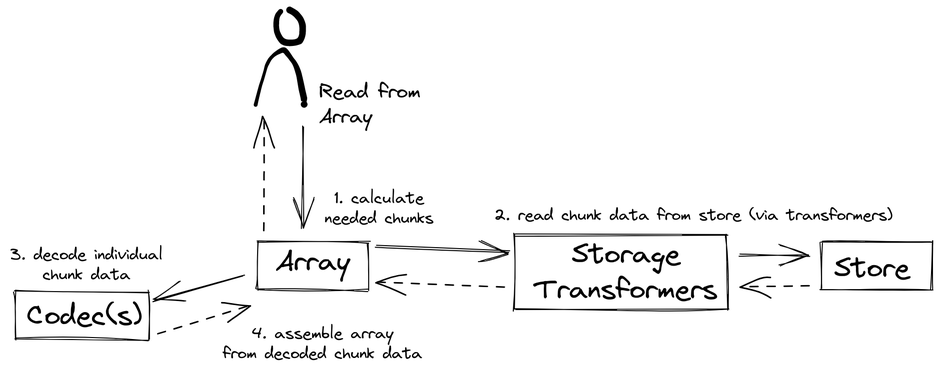
The Excalidraw diagram docs/core/terminology-read.excalidraw.png in zarr-developers/zarr-specs, before a commit. Source tidied: one line per element, renumbered; positions are measured from the earlier drawing's top-left corner, leaving out a move shared by most shapes. Source of this version:
```json
{"id": 0, "type": "freedraw", "strokeColor": "#000000", "strokeWidth": 1, "roughness": 1, "x": 246, "y": 95, "width": 49, "height": 56, "points": [[0, 0], [0, -2], [2, -8], [6, -26], [8, -31], [11, -40], [12, -43], [20, -52], [22, -52], [25, -54], [28, -56], [28, -56], [30, -53], [36, -46], [39, -42], [40, -39], [41, -36], [42, -34], [44, -30], [44, -26], [44, -24], [46, -20], [46, -18], [46, -15], [47, -12], [48, -10], [48, -7], [48, -6], [48, -5], [49, -2], [49, -1], [48, 0]]}
{"id": 1, "type": "freedraw", "strokeColor": "#000000", "strokeWidth": 1, "roughness": 1, "x": 270, "y": 2, "width": 26, "height": 33, "points": [[0, 0], [-2, 2], [-4, 5], [-4, 8], [-4, 12], [-4, 16], [-4, 20], [-2, 23], [-2, 24], [0, 28], [0, 28], [2, 30], [4, 31], [9, 32], [10, 32], [16, 31], [18, 30], [20, 30], [20, 28], [22, 23], [22, 20], [22, 17], [22, 14], [22, 12], [21, 10], [20, 7], [18, 6], [16, 2], [14, 2], [12, 0], [11, 0], [10, -1], [10, -2], [9, -2]]}
{"id": 2, "type": "rectangle", "strokeColor": "#000000", "strokeWidth": 1, "roughness": 1, "x": 247, "y": 232, "width": 112, "height": 48}
{"id": 3, "type": "text", "text": "Array", "strokeColor": "#000000", "strokeWidth": 1, "roughness": 1, "fontSize": 28, "fontFamily": 1, "x": 266, "y": 235, "width": 76, "height": 36}
{"id": 4, "type": "arrow", "strokeColor": "#000000", "strokeWidth": 1, "roughness": 1, "endArrowhead": "arrow", "to": 2, "x": 292, "y": 117, "width": 0, "height": 101, "points": [[0, 0], [0, 101]]}
{"id": 5, "type": "rectangle", "strokeColor": "#000000", "strokeWidth": 1, "roughness": 1, "x": 505, "y": 225, "width": 212, "height": 75}
{"id": 6, "type": "text", "text": "Storage\nTransformers", "strokeColor": "#000000", "strokeWidth": 1, "roughness": 1, "fontSize": 28, "fontFamily": 1, "textAlign": "center", "x": 523, "y": 227, "width": 185, "height": 71}
{"id": 7, "type": "rectangle", "strokeColor": "#000000", "strokeWidth": 1, "roughness": 1, "x": 810, "y": 232, "width": 112, "height": 48}
{"id": 8, "type": "text", "text": "Store", "strokeColor": "#000000", "strokeWidth": 1, "roughness": 1, "fontSize": 28, "fontFamily": 1, "x": 824, "y": 242, "width": 78, "height": 36}
{"id": 9, "type": "rectangle", "strokeColor": "#000000", "strokeWidth": 1, "roughness": 1, "x": 5, "y": 282, "width": 134, "height": 48}
{"id": 10, "type": "text", "text": "Codec(s)", "strokeColor": "#000000", "strokeWidth": 1, "roughness": 1, "fontSize": 28, "fontFamily": 1, "x": 17, "y": 289, "width": 117, "height": 36}
{"id": 11, "type": "arrow", "strokeColor": "#000000", "strokeWidth": 1, "roughness": 1, "endArrowhead": "arrow", "from": 2, "to": 5, "x": 366, "y": 237, "width": 134, "height": 4, "points": [[0, 0], [134, 4]]}
{"id": 12, "type": "arrow", "strokeColor": "#000000", "strokeWidth": 1, "roughness": 1, "endArrowhead": "arrow", "from": 5, "to": 7, "x": 728, "y": 245, "width": 71, "height": 0, "points": [[0, 0], [71, 0]]}
{"id": 13, "type": "arrow", "strokeColor": "#000000", "strokeWidth": 1, "roughness": 1, "endArrowhead": "arrow", "from": 2, "to": 10, "x": 234, "y": 266, "width": 90, "height": 26, "points": [[0, 0], [-90, 26]]}
{"id": 14, "type": "arrow", "strokeColor": "#000000", "strokeWidth": 1, "strokeStyle": "dashed", "roughness": 1, "endArrowhead": "arrow", "from": 7, "to": 5, "x": 800, "y": 276, "width": 69, "height": 2, "points": [[0, 0], [-69, 2]]}
{"id": 15, "type": "arrow", "strokeColor": "#000000", "strokeWidth": 1, "strokeStyle": "dashed", "roughness": 1, "endArrowhead": "arrow", "from": 5, "to": 2, "x": 494, "y": 277, "width": 128, "height": 3, "points": [[0, 0], [-128, -3]]}
{"id": 16, "type": "arrow", "strokeColor": "#000000", "strokeWidth": 1, "strokeStyle": "dashed", "roughness": 1, "endArrowhead": "arrow", "from": 10, "to": 2, "x": 148, "y": 323, "width": 93, "height": 28, "points": [[0, 0], [93, -28]]}
{"id": 17, "type": "arrow", "strokeColor": "#000000", "strokeWidth": 1, "strokeStyle": "dashed", "roughness": 1, "endArrowhead": "arrow", "from": 3, "x": 253, "y": 221, "width": 0, "height": 112, "points": [[0, 0], [0, -112]]}
{"id": 18, "type": "text", "text": "Read from\nArray", "strokeColor": "#000000", "strokeWidth": 1, "strokeStyle": "dashed", "roughness": 1, "fontSize": 20, "fontFamily": 1, "x": 309, "y": 70, "width": 102, "height": 50}
{"id": 19, "type": "text", "text": "2. read chunk data from store (via transformers)", "strokeColor": "#000000", "strokeWidth": 1, "strokeStyle": "dashed", "roughness": 1, "fontSize": 16, "fontFamily": 1, "textAlign": "center", "x": 483, "y": 196, "width": 400, "height": 20}
{"id": 20, "type": "text", "text": "3. decode individual\nchunk data", "strokeColor": "#000000", "strokeWidth": 1, "strokeStyle": "dashed", "roughness": 1, "fontSize": 16, "fontFamily": 1, "textAlign": "center", "x": 0, "y": 236, "width": 153, "height": 40}
{"id": 21, "type": "text", "text": "4. assemble array\nfrom decoded chunk data", "strokeColor": "#000000", "strokeWidth": 1, "strokeStyle": "dashed", "roughness": 1, "fontSize": 16, "fontFamily": 1, "textAlign": "center", "x": 212, "y": 314, "width": 201, "height": 40}
{"id": 22, "type": "text", "text": "1. calculate\nneeded chunks", "strokeColor": "#000000", "strokeWidth": 1, "strokeStyle": "dashed", "roughness": 1, "fontSize": 16, "fontFamily": 1, "textAlign": "center", "x": 314, "y": 179, "width": 111, "height": 40}
```
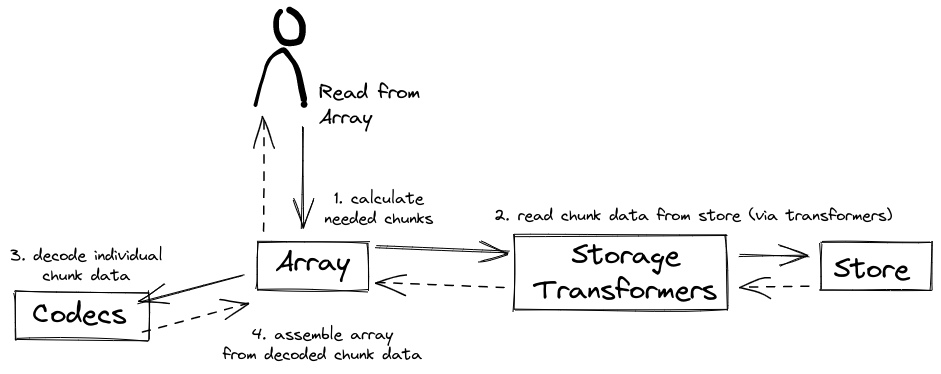
After the change.

Change to the diagram source:
```diff
@@ -1,21 +1,21 @@
-{"id": 0, "type": "freedraw", "strokeColor": "#000000", "strokeWidth": 1, "roughness": 1, "x": 246, "y": 95, "width": 49, "height": 56, "points": [[0, 0], [0, -2], [2, -8], [6, -26], [8, -31], [11, -40], [12, -43], [20, -52], [22, -52], [25, -54], [28, -56], [28, -56], [30, -53], [36, -46], [39, -42], [40, -39], [41, -36], [42, -34], [44, -30], [44, -26], [44, -24], [46, -20], [46, -18], [46, -15], [47, -12], [48, -10], [48, -7], [48, -6], [48, -5], [49, -2], [49, -1], [48, 0]]}
+{"id": 0, "type": "freedraw", "strokeColor": "#000000", "strokeWidth": 1, "roughness": 1, "round": true, "x": 246, "y": 95, "width": 49, "height": 56, "points": [[0, 0], [0, -2], [2, -8], [6, -26], [8, -31], [11, -40], [12, -43], [20, -52], [22, -52], [25, -54], [28, -56], [28, -56], [30, -53], [36, -46], [39, -42], [40, -39], [41, -36], [42, -34], [44, -30], [44, -26], [44, -24], [46, -20], [46, -18], [46, -15], [47, -12], [48, -10], [48, -7], [48, -6], [48, -5], [49, -2], [49, -1], [48, 0]]}
-{"id": 1, "type": "freedraw", "strokeColor": "#000000", "strokeWidth": 1, "roughness": 1, "x": 270, "y": 2, "width": 26, "height": 33, "points": [[0, 0], [-2, 2], [-4, 5], [-4, 8], [-4, 12], [-4, 16], [-4, 20], [-2, 23], [-2, 24], [0, 28], [0, 28], [2, 30], [4, 31], [9, 32], [10, 32], [16, 31], [18, 30], [20, 30], [20, 28], [22, 23], [22, 20], [22, 17], [22, 14], [22, 12], [21, 10], [20, 7], [18, 6], [16, 2], [14, 2], [12, 0], [11, 0], [10, -1], [10, -2], [9, -2]]}
+{"id": 1, "type": "freedraw", "strokeColor": "#000000", "strokeWidth": 1, "roughness": 1, "round": true, "x": 270, "y": 2, "width": 26, "height": 33, "points": [[0, 0], [-2, 2], [-4, 5], [-4, 8], [-4, 12], [-4, 16], [-4, 20], [-2, 23], [-2, 24], [0, 28], [0, 28], [2, 30], [4, 31], [9, 32], [10, 32], [16, 31], [18, 30], [20, 30], [20, 28], [22, 23], [22, 20], [22, 17], [22, 14], [22, 12], [21, 10], [20, 7], [18, 6], [16, 2], [14, 2], [12, 0], [11, 0], [10, -1], [10, -2], [9, -2]]}
 {"id": 2, "type": "rectangle", "strokeColor": "#000000", "strokeWidth": 1, "roughness": 1, "x": 247, "y": 232, "width": 112, "height": 48}
 {"id": 3, "type": "text", "text": "Array", "strokeColor": "#000000", "strokeWidth": 1, "roughness": 1, "fontSize": 28, "fontFamily": 1, "x": 266, "y": 235, "width": 76, "height": 36}
-{"id": 4, "type": "arrow", "strokeColor": "#000000", "strokeWidth": 1, "roughness": 1, "endArrowhead": "arrow", "to": 2, "x": 292, "y": 117, "width": 0, "height": 101, "points": [[0, 0], [0, 101]]}
+{"id": 4, "type": "arrow", "strokeColor": "#000000", "strokeWidth": 1, "roughness": 1, "endArrowhead": "arrow", "round": true, "to": 2, "x": 292, "y": 117, "width": 0, "height": 101, "points": [[0, 0], [0, 101]]}
 {"id": 5, "type": "rectangle", "strokeColor": "#000000", "strokeWidth": 1, "roughness": 1, "x": 505, "y": 225, "width": 212, "height": 75}
 {"id": 6, "type": "text", "text": "Storage\nTransformers", "strokeColor": "#000000", "strokeWidth": 1, "roughness": 1, "fontSize": 28, "fontFamily": 1, "textAlign": "center", "x": 523, "y": 227, "width": 185, "height": 71}
 {"id": 7, "type": "rectangle", "strokeColor": "#000000", "strokeWidth": 1, "roughness": 1, "x": 810, "y": 232, "width": 112, "height": 48}
 {"id": 8, "type": "text", "text": "Store", "strokeColor": "#000000", "strokeWidth": 1, "roughness": 1, "fontSize": 28, "fontFamily": 1, "x": 824, "y": 242, "width": 78, "height": 36}
 {"id": 9, "type": "rectangle", "strokeColor": "#000000", "strokeWidth": 1, "roughness": 1, "x": 5, "y": 282, "width": 134, "height": 48}
-{"id": 10, "type": "text", "text": "Codec(s)", "strokeColor": "#000000", "strokeWidth": 1, "roughness": 1, "fontSize": 28, "fontFamily": 1, "x": 17, "y": 289, "width": 117, "height": 36}
+{"id": 10, "type": "text", "text": "Codecs", "strokeColor": "#000000", "strokeWidth": 1, "roughness": 1, "fontSize": 28, "fontFamily": 1, "x": 23, "y": 288, "width": 96, "height": 35}
-{"id": 11, "type": "arrow", "strokeColor": "#000000", "strokeWidth": 1, "roughness": 1, "endArrowhead": "arrow", "from": 2, "to": 5, "x": 366, "y": 237, "width": 134, "height": 4, "points": [[0, 0], [134, 4]]}
+{"id": 11, "type": "arrow", "strokeColor": "#000000", "strokeWidth": 1, "roughness": 1, "endArrowhead": "arrow", "round": true, "from": 2, "to": 5, "x": 366, "y": 237, "width": 134, "height": 4, "points": [[0, 0], [134, 4]]}
-{"id": 12, "type": "arrow", "strokeColor": "#000000", "strokeWidth": 1, "roughness": 1, "endArrowhead": "arrow", "from": 5, "to": 7, "x": 728, "y": 245, "width": 71, "height": 0, "points": [[0, 0], [71, 0]]}
+{"id": 12, "type": "arrow", "strokeColor": "#000000", "strokeWidth": 1, "roughness": 1, "endArrowhead": "arrow", "round": true, "from": 5, "to": 7, "x": 728, "y": 245, "width": 71, "height": 0, "points": [[0, 0], [71, 0]]}
-{"id": 13, "type": "arrow", "strokeColor": "#000000", "strokeWidth": 1, "roughness": 1, "endArrowhead": "arrow", "from": 2, "to": 10, "x": 234, "y": 266, "width": 90, "height": 26, "points": [[0, 0], [-90, 26]]}
+{"id": 13, "type": "arrow", "strokeColor": "#000000", "strokeWidth": 1, "roughness": 1, "endArrowhead": "arrow", "round": true, "from": 2, "to": 10, "x": 234, "y": 265, "width": 105, "height": 28, "points": [[0, 0], [-105, 28]]}
-{"id": 14, "type": "arrow", "strokeColor": "#000000", "strokeWidth": 1, "strokeStyle": "dashed", "roughness": 1, "endArrowhead": "arrow", "from": 7, "to": 5, "x": 800, "y": 276, "width": 69, "height": 2, "points": [[0, 0], [-69, 2]]}
+{"id": 14, "type": "arrow", "strokeColor": "#000000", "strokeWidth": 1, "strokeStyle": "dashed", "roughness": 1, "endArrowhead": "arrow", "round": true, "from": 7, "to": 5, "x": 800, "y": 276, "width": 69, "height": 2, "points": [[0, 0], [-69, 2]]}
-{"id": 15, "type": "arrow", "strokeColor": "#000000", "strokeWidth": 1, "strokeStyle": "dashed", "roughness": 1, "endArrowhead": "arrow", "from": 5, "to": 2, "x": 494, "y": 277, "width": 128, "height": 3, "points": [[0, 0], [-128, -3]]}
+{"id": 15, "type": "arrow", "strokeColor": "#000000", "strokeWidth": 1, "strokeStyle": "dashed", "roughness": 1, "endArrowhead": "arrow", "round": true, "from": 5, "to": 2, "x": 494, "y": 277, "width": 128, "height": 3, "points": [[0, 0], [-128, -3]]}
-{"id": 16, "type": "arrow", "strokeColor": "#000000", "strokeWidth": 1, "strokeStyle": "dashed", "roughness": 1, "endArrowhead": "arrow", "from": 10, "to": 2, "x": 148, "y": 323, "width": 93, "height": 28, "points": [[0, 0], [93, -28]]}
+{"id": 16, "type": "arrow", "strokeColor": "#000000", "strokeWidth": 1, "strokeStyle": "dashed", "roughness": 1, "endArrowhead": "arrow", "round": true, "from": 10, "to": 2, "x": 132, "y": 321, "width": 107, "height": 29, "points": [[0, 0], [107, -29]]}
-{"id": 17, "type": "arrow", "strokeColor": "#000000", "strokeWidth": 1, "strokeStyle": "dashed", "roughness": 1, "endArrowhead": "arrow", "from": 3, "x": 253, "y": 221, "width": 0, "height": 112, "points": [[0, 0], [0, -112]]}
+{"id": 17, "type": "arrow", "strokeColor": "#000000", "strokeWidth": 1, "strokeStyle": "dashed", "roughness": 1, "endArrowhead": "arrow", "round": true, "from": 3, "x": 253, "y": 221, "width": 0, "height": 112, "points": [[0, 0], [0, -112]]}
 {"id": 18, "type": "text", "text": "Read from\nArray", "strokeColor": "#000000", "strokeWidth": 1, "strokeStyle": "dashed", "roughness": 1, "fontSize": 20, "fontFamily": 1, "x": 309, "y": 70, "width": 102, "height": 50}
 {"id": 19, "type": "text", "text": "2. read chunk data from store (via transformers)", "strokeColor": "#000000", "strokeWidth": 1, "strokeStyle": "dashed", "roughness": 1, "fontSize": 16, "fontFamily": 1, "textAlign": "center", "x": 483, "y": 196, "width": 400, "height": 20}
 {"id": 20, "type": "text", "text": "3. decode individual\nchunk data", "strokeColor": "#000000", "strokeWidth": 1, "strokeStyle": "dashed", "roughness": 1, "fontSize": 16, "fontFamily": 1, "textAlign": "center", "x": 0, "y": 236, "width": 153, "height": 40}
```
